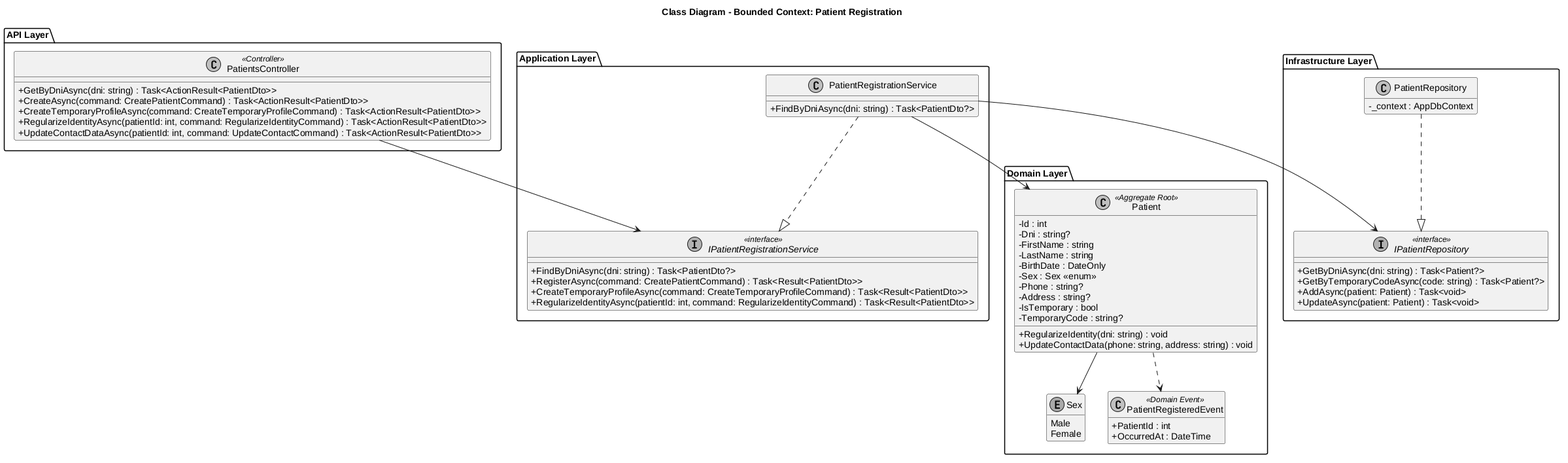
upc-pre-1ASI0730-2620-8155-SoliDevs/project-report keeps this PlantUML diagram as report/assets/class_diagrams/class_patient_registration.png. Above is the earlier version.
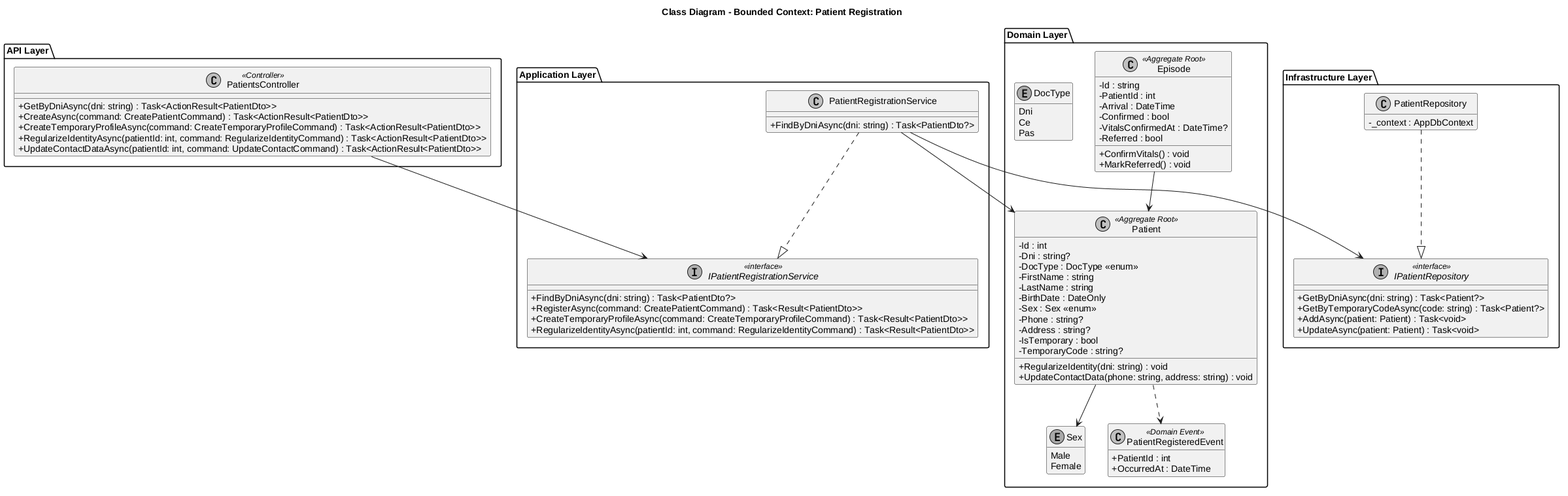
Later version of the same file.

Commit message:
docs(report): align class and database diagrams with implemented model

Diff of the diagram source:
```diff
@@ -31,6 +31,7 @@
   class Patient <<Aggregate Root>> {
     -Id : int
     -Dni : string?
+    -DocType : DocType <<enum>>
     -FirstName : string
     -LastName : string
     -BirthDate : DateOnly
@@ -46,9 +47,24 @@
     Male
     Female
   }
+  enum DocType {
+    Dni
+    Ce
+    Pas
+  }
   class PatientRegisteredEvent <<Domain Event>> {
     +PatientId : int
     +OccurredAt : DateTime
+  }
+  class Episode <<Aggregate Root>> {
+    -Id : string
+    -PatientId : int
+    -Arrival : DateTime
+    -Confirmed : bool
+    -VitalsConfirmedAt : DateTime?
+    -Referred : bool
+    +ConfirmVitals() : void
+    +MarkReferred() : void
   }
 }
 
@@ -71,4 +87,5 @@
 PatientRepository ..|> IPatientRepository
 Patient --> Sex
 Patient ..> PatientRegisteredEvent
+Episode --> Patient
 @enduml
```
